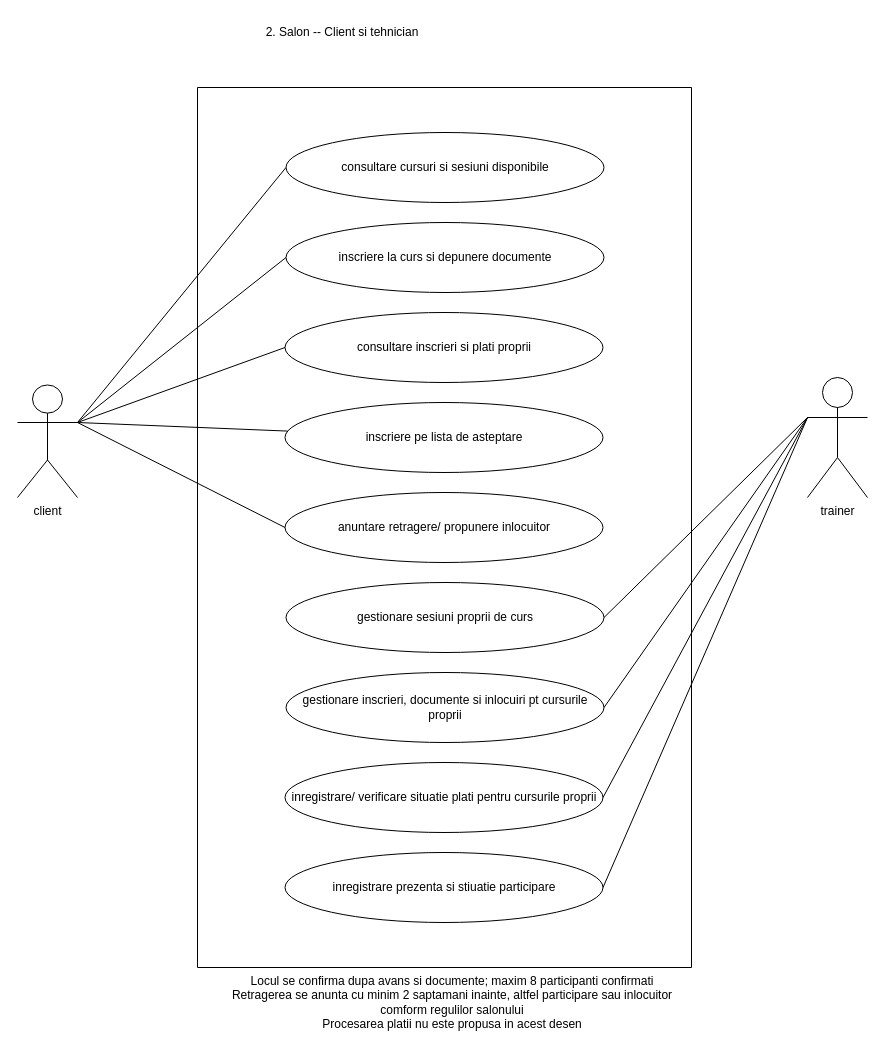
Earlier version of the draw.io diagram Anul_3/proiect_baze_de_date/db/diagrams/diagrama_cazuri_utilizare/draw.io/d.c.u_academie.drawio (nerea-mihut/facultate-laboratoare). Source tidied: cells renumbered, new cells numbered last; positions are measured from the earlier drawing's top-left corner, leaving out a move shared by most shapes. Both pictures are drawn from the tidied source at 100%, with x=0, y=0 at pixel (17, 17).
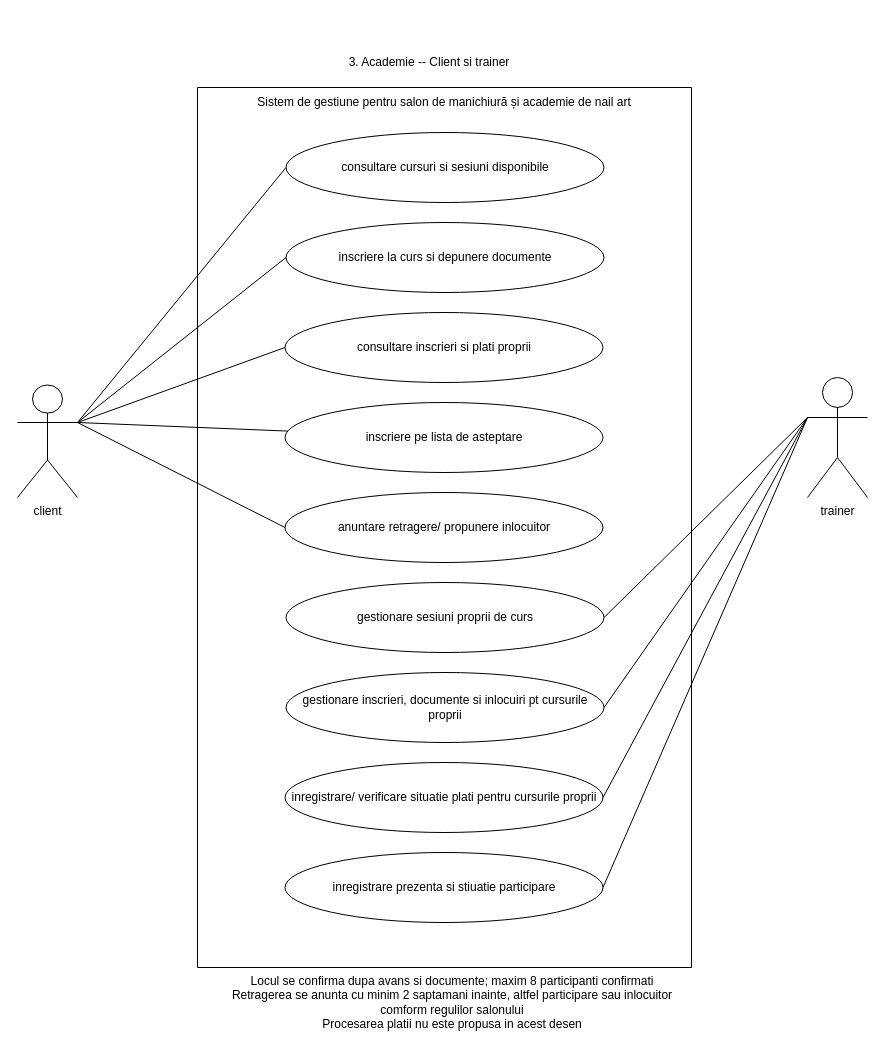
Above is the later version.

The change refers to these unchanged cells:
```xml
<mxCell id="2" style="swimlane;startSize=0;" parent="1" vertex="1">
  <mxGeometry x="180" y="70" width="494" height="880" as="geometry" />
</mxCell>
```

What changed in the source:
```diff
@@
+    <mxCell id="25" value="Sistem de gestiune pentru salon de manichiură și academie de nail art" style="text;html=1;whiteSpace=wrap;strokeColor=none;fillColor=none;align=center;verticalAlign=middle;rounded=0;" parent="2" vertex="1">
+      <mxGeometry x="31.5" width="430" height="30" as="geometry" />
+    </mxCell>
-    <mxCell id="12" value="2. Salon -- Client si tehnician" style="text;html=1;whiteSpace=wrap;strokeColor=none;fillColor=none;align=center;verticalAlign=middle;rounded=0;" parent="1" vertex="1">
-      <mxGeometry x="200" width="250" height="30" as="geometry" />
+    <mxCell id="12" value="3. Academie -- Client si trainer" style="text;html=1;whiteSpace=wrap;strokeColor=none;fillColor=none;align=center;verticalAlign=middle;rounded=0;" parent="1" vertex="1">
+      <mxGeometry x="287" y="30" width="250" height="30" as="geometry" />
     </mxCell>
```
